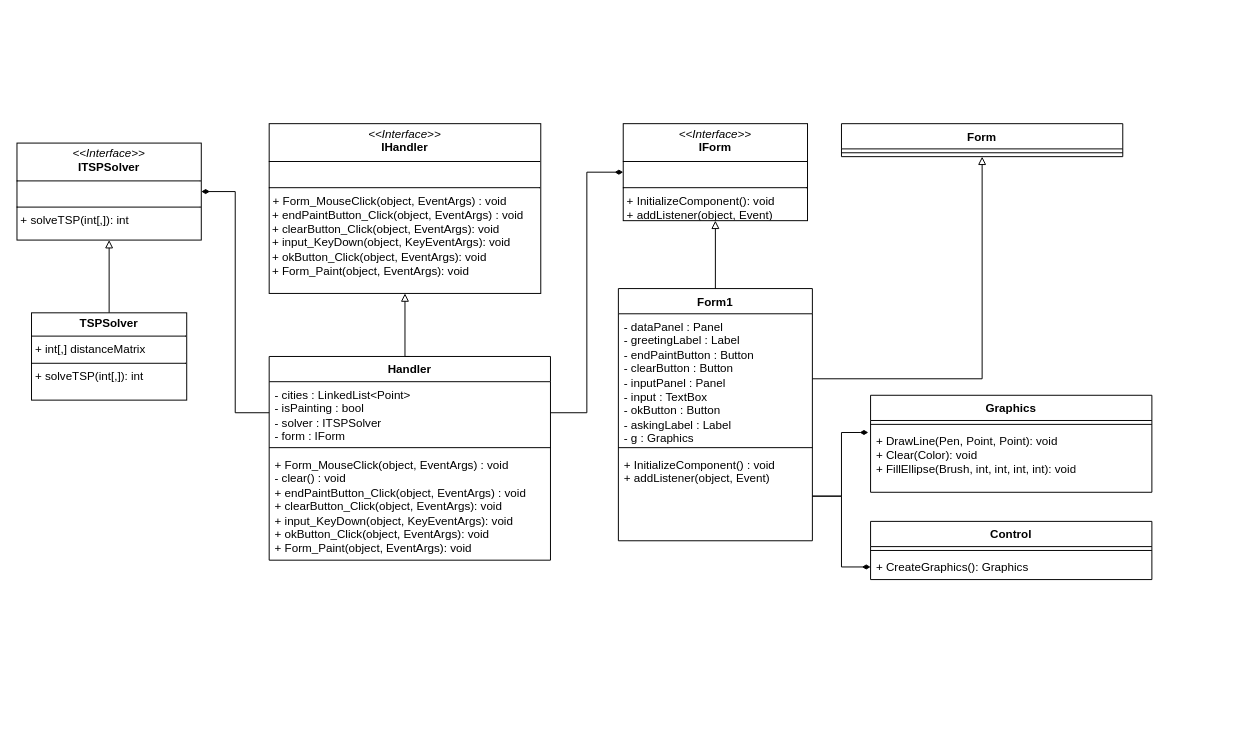
Earlier version of the draw.io diagram Архитектура/Практика/classDiagram.drawio (kuskas112/Labs). Source tidied: cells renumbered, new cells numbered last; positions are measured from the earlier drawing's top-left corner, leaving out a move shared by most shapes. Both pictures are drawn from the tidied source at 97%, with x=0, y=0 at pixel (16, 123).
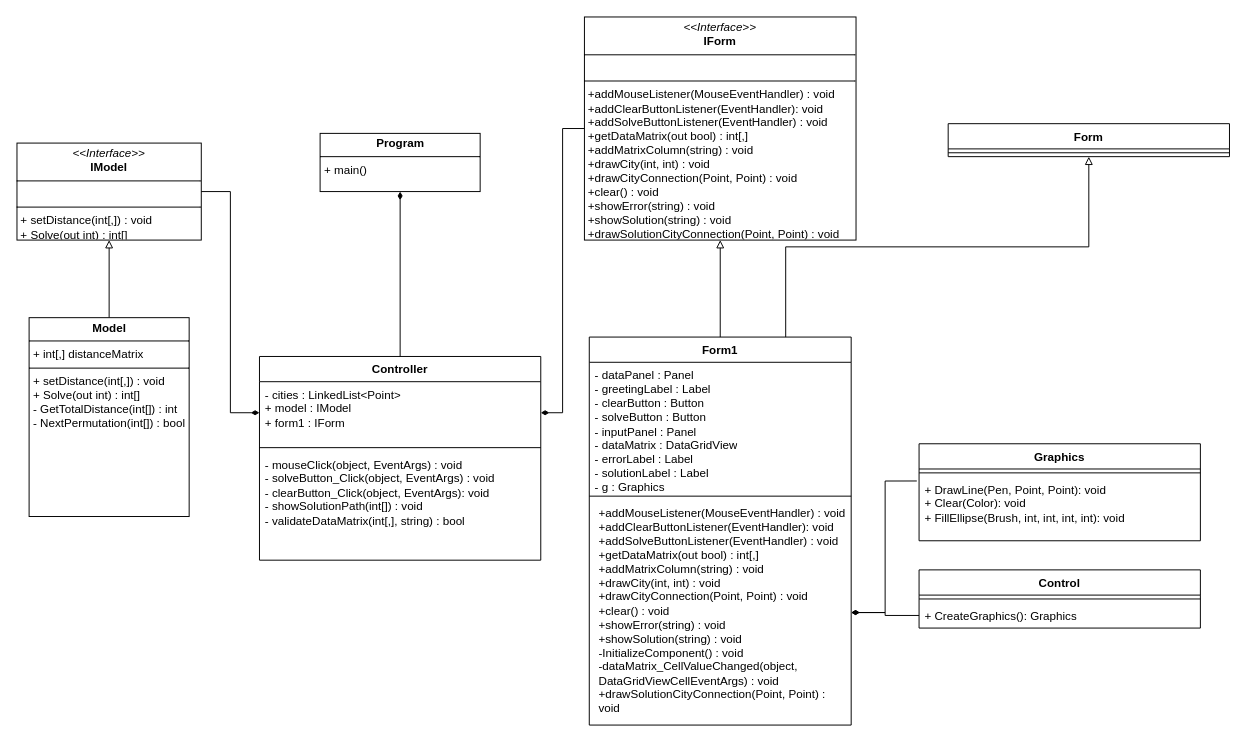
Above is the later version.

Unchanged cells that the change refers to:
```xml
<mxCell id="20" value="&lt;div&gt;+ CreateGraphics(): Graphics&lt;/div&gt;" style="text;strokeColor=none;fillColor=none;align=left;verticalAlign=top;spacingLeft=4;spacingRight=4;overflow=hidden;points=[[0,0.5],[1,0.5]];portConstraint=eastwest;whiteSpace=wrap;html=1;" parent="18" vertex="1">
  <mxGeometry y="34" width="290" height="26" as="geometry" />
</mxCell>
```

Change to the diagram source:
```diff
@@
-    <mxCell id="3" value="&lt;p style=&quot;margin:0px;margin-top:4px;text-align:center;&quot;&gt;&lt;i&gt;&amp;lt;&amp;lt;Interface&amp;gt;&amp;gt;&lt;/i&gt;&lt;br&gt;&lt;b&gt;ITSPSolver&lt;/b&gt;&lt;/p&gt;&lt;hr size=&quot;1&quot; style=&quot;border-style:solid;&quot;&gt;&lt;p style=&quot;margin:0px;margin-left:4px;&quot;&gt;&lt;br&gt;&lt;/p&gt;&lt;hr size=&quot;1&quot; style=&quot;border-style:solid;&quot;&gt;&lt;p style=&quot;margin:0px;margin-left:4px;&quot;&gt;+ solveTSP(int[,]): int&lt;br&gt;&lt;br&gt;&lt;/p&gt;" style="verticalAlign=top;align=left;overflow=fill;html=1;whiteSpace=wrap;" parent="1" vertex="1">
+    <mxCell id="3" value="&lt;p style=&quot;margin:0px;margin-top:4px;text-align:center;&quot;&gt;&lt;i&gt;&amp;lt;&amp;lt;Interface&amp;gt;&amp;gt;&lt;/i&gt;&lt;br&gt;&lt;b&gt;IModel&lt;/b&gt;&lt;/p&gt;&lt;hr size=&quot;1&quot; style=&quot;border-style:solid;&quot;&gt;&lt;p style=&quot;margin:0px;margin-left:4px;&quot;&gt;&lt;br&gt;&lt;/p&gt;&lt;hr size=&quot;1&quot; style=&quot;border-style:solid;&quot;&gt;&lt;p style=&quot;margin:0px;margin-left:4px;&quot;&gt;+ setDistance(int[,]) : void&lt;/p&gt;&lt;p style=&quot;margin:0px;margin-left:4px;&quot;&gt;+ Solve(out int) : int[]&lt;br&gt;&lt;br&gt;&lt;/p&gt;" style="verticalAlign=top;align=left;overflow=fill;html=1;whiteSpace=wrap;" parent="1" vertex="1">
       <mxGeometry y="20" width="190" height="100" as="geometry" />
     </mxCell>
     <mxCell id="4" value="Form1" style="swimlane;fontStyle=1;align=center;verticalAlign=top;horizontal=1;startSize=26;whiteSpace=wrap;html=1;" parent="1" vertex="1">
-      <mxGeometry x="620" y="170" width="200" height="260" as="geometry" />
+      <mxGeometry x="590" y="220" width="270" height="400" as="geometry" />
     </mxCell>
-    <mxCell id="5" value="- dataPanel : Panel&lt;div&gt;- greetingLabel : Label&lt;/div&gt;&lt;div&gt;- endPaintButton : Button&lt;/div&gt;&lt;div&gt;- clearButton : Button&lt;/div&gt;&lt;div&gt;- inputPanel : Panel&lt;/div&gt;&lt;div&gt;- input : TextBox&lt;/div&gt;&lt;div&gt;- okButton : Button&lt;/div&gt;&lt;div&gt;- askingLabel : Label&lt;/div&gt;&lt;div&gt;- g : Graphics&lt;/div&gt;" style="text;strokeColor=none;fillColor=none;align=left;verticalAlign=top;spacingLeft=4;spacingRight=4;overflow=hidden;points=[[0,0.5],[1,0.5]];portConstraint=eastwest;whiteSpace=wrap;html=1;" parent="4" vertex="1">
-      <mxGeometry y="26" width="200" height="134" as="geometry" />
+    <mxCell id="5" value="- dataPanel : Panel&lt;div&gt;- greetingLabel : Label&lt;/div&gt;&lt;div&gt;- clearButton : Button&lt;/div&gt;&lt;div&gt;- solveButton : Button&lt;/div&gt;&lt;div&gt;- inputPanel : Panel&lt;/div&gt;&lt;div&gt;- dataMatrix : DataGridView&lt;/div&gt;&lt;div&gt;- errorLabel : Label&lt;/div&gt;&lt;div&gt;- solutionLabel : Label&lt;/div&gt;&lt;div&gt;- g : Graphics&lt;/div&gt;" style="text;strokeColor=none;fillColor=none;align=left;verticalAlign=top;spacingLeft=4;spacingRight=4;overflow=hidden;points=[[0,0.5],[1,0.5]];portConstraint=eastwest;whiteSpace=wrap;html=1;" parent="4" vertex="1">
+      <mxGeometry y="26" width="270" height="134" as="geometry" />
     </mxCell>
     <mxCell id="6" style="line;strokeWidth=1;fillColor=none;align=left;verticalAlign=middle;spacingTop=-1;spacingLeft=3;spacingRight=3;labelPosition=right;strokeColor=inherit;" parent="4" vertex="1">
-      <mxGeometry y="160" width="200" height="8" as="geometry" />
+      <mxGeometry y="160" width="270" height="8" as="geometry" />
     </mxCell>
-    <mxCell id="7" value="+ InitializeComponent() : void&lt;div&gt;+ addListener(object, Event)&amp;nbsp;&lt;/div&gt;" style="text;strokeColor=none;fillColor=none;align=left;verticalAlign=top;spacingLeft=4;spacingRight=4;overflow=hidden;points=[[0,0.5],[1,0.5]];portConstraint=eastwest;whiteSpace=wrap;html=1;" parent="4" vertex="1">
-      <mxGeometry y="168" width="200" height="92" as="geometry" />
+    <mxCell id="7" value="&lt;p style=&quot;margin: 0px 0px 0px 4px;&quot;&gt;+addMouseListener(MouseEventHandler) : void&lt;/p&gt;&lt;p style=&quot;margin: 0px 0px 0px 4px;&quot;&gt;+addClearButtonListener(EventHandler): void&lt;/p&gt;&lt;p style=&quot;margin: 0px 0px 0px 4px;&quot;&gt;+addSolveButtonListener(EventHandler) : void&lt;/p&gt;&lt;p style=&quot;margin: 0px 0px 0px 4px;&quot;&gt;+getDataMatrix(out bool) : int[,]&lt;/p&gt;&lt;p style=&quot;margin: 0px 0px 0px 4px;&quot;&gt;+addMatrixColumn(string) : void&lt;/p&gt;&lt;p style=&quot;margin: 0px 0px 0px 4px;&quot;&gt;+drawCity(int, int) : void&lt;/p&gt;&lt;p style=&quot;margin: 0px 0px 0px 4px;&quot;&gt;+drawCityConnection(Point, Point) : void&lt;/p&gt;&lt;p style=&quot;margin: 0px 0px 0px 4px;&quot;&gt;+clear() : void&lt;/p&gt;&lt;p style=&quot;margin: 0px 0px 0px 4px;&quot;&gt;+showError(string) : void&lt;/p&gt;&lt;p style=&quot;margin: 0px 0px 0px 4px;&quot;&gt;+showSolution(string) : void&lt;/p&gt;&lt;p style=&quot;margin: 0px 0px 0px 4px;&quot;&gt;-InitializeComponent() : void&lt;/p&gt;&lt;p style=&quot;margin: 0px 0px 0px 4px;&quot;&gt;-dataMatrix_CellValueChanged(object, DataGridViewCellEventArgs) : void&lt;/p&gt;&lt;p style=&quot;margin: 0px 0px 0px 4px;&quot;&gt;+drawSolutionCityConnection(Point, Point) : void&lt;br&gt;&lt;/p&gt;&lt;p style=&quot;margin: 0px 0px 0px 4px;&quot;&gt;&lt;br&gt;&lt;/p&gt;" style="text;strokeColor=none;fillColor=none;align=left;verticalAlign=top;spacingLeft=4;spacingRight=4;overflow=hidden;points=[[0,0.5],[1,0.5]];portConstraint=eastwest;whiteSpace=wrap;html=1;" parent="4" vertex="1">
+      <mxGeometry y="168" width="270" height="232" as="geometry" />
     </mxCell>
-    <mxCell id="8" value="Handler" style="swimlane;fontStyle=1;align=center;verticalAlign=top;horizontal=1;startSize=26;whiteSpace=wrap;html=1;" parent="1" vertex="1">
-      <mxGeometry x="260" y="240" width="290" height="210" as="geometry" />
+    <mxCell id="8" value="Controller" style="swimlane;fontStyle=1;align=center;verticalAlign=top;horizontal=1;startSize=26;whiteSpace=wrap;html=1;" parent="1" vertex="1">
+      <mxGeometry x="250" y="240" width="290" height="210" as="geometry" />
     </mxCell>
-    <mxCell id="9" value="&lt;div&gt;- cities : LinkedList&amp;lt;Point&amp;gt;&lt;/div&gt;&lt;div&gt;- isPainting : bool&lt;/div&gt;&lt;div&gt;- solver : ITSPSolver&lt;/div&gt;&lt;div&gt;- form : IForm&lt;/div&gt;" style="text;strokeColor=none;fillColor=none;align=left;verticalAlign=top;spacingLeft=4;spacingRight=4;overflow=hidden;points=[[0,0.5],[1,0.5]];portConstraint=eastwest;whiteSpace=wrap;html=1;" parent="8" vertex="1">
+    <mxCell id="9" value="&lt;div&gt;- cities : LinkedList&amp;lt;Point&amp;gt;&lt;/div&gt;&lt;div&gt;+ model : IModel&lt;/div&gt;&lt;div&gt;&lt;span style=&quot;background-color: initial;&quot;&gt;+ form1 : IForm&lt;/span&gt;&lt;/div&gt;&lt;div&gt;&lt;br&gt;&lt;/div&gt;" style="text;strokeColor=none;fillColor=none;align=left;verticalAlign=top;spacingLeft=4;spacingRight=4;overflow=hidden;points=[[0,0.5],[1,0.5]];portConstraint=eastwest;whiteSpace=wrap;html=1;" parent="8" vertex="1">
       <mxGeometry y="26" width="290" height="64" as="geometry" />
     </mxCell>
@@
-    <mxCell id="11" value="+ Form_MouseClick(object, EventArgs) : void&lt;div&gt;- clear() : void&lt;/div&gt;&lt;div&gt;+ endPaintButton_Click(object, EventArgs) : void&lt;/div&gt;&lt;div&gt;+ clearButton_Click(object, EventArgs): void&lt;/div&gt;&lt;div&gt;+ input_KeyDown(object, KeyEventArgs): void&lt;br&gt;&lt;/div&gt;&lt;div&gt;+ okButton_Click(object, EventArgs): void&lt;br&gt;&lt;/div&gt;&lt;div&gt;+ Form_Paint(object, EventArgs): void&lt;br&gt;&lt;/div&gt;" style="text;strokeColor=none;fillColor=none;align=left;verticalAlign=top;spacingLeft=4;spacingRight=4;overflow=hidden;whiteSpace=wrap;html=1;" parent="8" vertex="1">
+    <mxCell id="11" value="- mouseClick(object, EventArgs) : void&lt;div&gt;- solveButton_Click(object, EventArgs) : void&lt;/div&gt;&lt;div&gt;- clearButton_Click(object, EventArgs): void&lt;/div&gt;&lt;div&gt;- showSolutionPath(int[]) : void&lt;/div&gt;&lt;div&gt;-&amp;nbsp;validateDataMatrix(int[,], string) : bool&lt;/div&gt;" style="text;strokeColor=none;fillColor=none;align=left;verticalAlign=top;spacingLeft=4;spacingRight=4;overflow=hidden;whiteSpace=wrap;html=1;" parent="8" vertex="1">
       <mxGeometry y="98" width="290" height="112" as="geometry" />
     </mxCell>
-    <mxCell id="12" value="&lt;p style=&quot;margin:0px;margin-top:4px;text-align:center;&quot;&gt;&lt;i&gt;&amp;lt;&amp;lt;Interface&amp;gt;&amp;gt;&lt;/i&gt;&lt;br&gt;&lt;b&gt;IHandler&lt;/b&gt;&lt;/p&gt;&lt;hr size=&quot;1&quot; style=&quot;border-style:solid;&quot;&gt;&lt;p style=&quot;margin:0px;margin-left:4px;&quot;&gt;&lt;br&gt;&lt;/p&gt;&lt;hr size=&quot;1&quot; style=&quot;border-style:solid;&quot;&gt;&lt;p style=&quot;margin:0px;margin-left:4px;&quot;&gt;+ Form_MouseClick(object, EventArgs) : void&lt;/p&gt;&lt;div&gt;&amp;nbsp;+ endPaintButton_Click(object, EventArgs) : void&lt;/div&gt;&lt;div&gt;&amp;nbsp;+ clearButton_Click(object, EventArgs): void&lt;/div&gt;&lt;div&gt;&amp;nbsp;+ input_KeyDown(object, KeyEventArgs): void&lt;br&gt;&lt;/div&gt;&lt;div&gt;&amp;nbsp;+ okButton_Click(object, EventArgs): void&lt;br&gt;&lt;/div&gt;&lt;div&gt;&amp;nbsp;+ Form_Paint(object, EventArgs): void&lt;/div&gt;" style="verticalAlign=top;align=left;overflow=fill;html=1;whiteSpace=wrap;" parent="1" vertex="1">
-      <mxGeometry x="260" width="280" height="175" as="geometry" />
-    </mxCell>
-    <mxCell id="13" style="edgeStyle=orthogonalEdgeStyle;rounded=0;jettySize=auto;html=1;exitX=0.5;exitY=0;exitDx=0;exitDy=0;entryX=0.5;entryY=1;entryDx=0;entryDy=0;endArrow=block;endFill=0;" parent="1" edge="1" source="8" target="12">
-      <mxGeometry relative="1" as="geometry">
-        <Array as="points">
-          <mxPoint x="400" y="240" />
-        </Array>
-      </mxGeometry>
-    </mxCell>
-    <mxCell id="14" style="edgeStyle=orthogonalEdgeStyle;rounded=0;jettySize=auto;html=1;exitX=0;exitY=0.5;exitDx=0;exitDy=0;entryX=1;entryY=0.5;entryDx=0;entryDy=0;endArrow=diamondThin;endFill=1;" parent="1" edge="1" source="9" target="3">
+    <mxCell id="14" style="edgeStyle=orthogonalEdgeStyle;rounded=0;jettySize=auto;html=1;exitX=0;exitY=0.5;exitDx=0;exitDy=0;entryX=1;entryY=0.5;entryDx=0;entryDy=0;endArrow=none;endFill=0;startArrow=diamondThin;startFill=1;" parent="1" edge="1" source="9" target="3">
       <mxGeometry relative="1" as="geometry" />
     </mxCell>
-    <mxCell id="15" value="Graphics" style="swimlane;fontStyle=1;align=center;verticalAlign=top;horizontal=1;startSize=26;whiteSpace=wrap;html=1;" parent="1" vertex="1">
-      <mxGeometry x="880" y="280" width="290" height="100" as="geometry" />
-    </mxCell>
-    <mxCell id="16" style="line;strokeWidth=1;fillColor=none;align=left;verticalAlign=middle;spacingTop=-1;spacingLeft=3;spacingRight=3;labelPosition=right;strokeColor=inherit;" parent="15" vertex="1">
-      <mxGeometry y="26" width="290" height="8" as="geometry" />
-    </mxCell>
-    <mxCell id="17" value="+&amp;nbsp;DrawLine(Pen, Point, Point): void&lt;div&gt;+ Clear(Color): void&lt;/div&gt;&lt;div&gt;+&amp;nbsp;FillEllipse(Brush, int, int, int, int): void&lt;/div&gt;&lt;div&gt;&lt;br&gt;&lt;/div&gt;" style="text;strokeColor=none;fillColor=none;align=left;verticalAlign=top;spacingLeft=4;spacingRight=4;overflow=hidden;points=[[0,0.5],[1,0.5]];portConstraint=eastwest;whiteSpace=wrap;html=1;" parent="15" vertex="1">
-      <mxGeometry y="34" width="290" height="66" as="geometry" />
-    </mxCell>
     <mxCell id="18" value="Control" style="swimlane;fontStyle=1;align=center;verticalAlign=top;horizontal=1;startSize=26;whiteSpace=wrap;html=1;" parent="1" vertex="1">
-      <mxGeometry x="880" y="410" width="290" height="60" as="geometry" />
+      <mxGeometry x="930" y="460" width="290" height="60" as="geometry" />
     </mxCell>
@@
-    <mxCell id="21" value="&lt;p style=&quot;margin:0px;margin-top:4px;text-align:center;&quot;&gt;&lt;i&gt;&amp;lt;&amp;lt;Interface&amp;gt;&amp;gt;&lt;/i&gt;&lt;br&gt;&lt;b&gt;IForm&lt;/b&gt;&lt;/p&gt;&lt;hr size=&quot;1&quot; style=&quot;border-style:solid;&quot;&gt;&lt;p style=&quot;margin:0px;margin-left:4px;&quot;&gt;&lt;br&gt;&lt;/p&gt;&lt;hr size=&quot;1&quot; style=&quot;border-style:solid;&quot;&gt;&lt;p style=&quot;margin:0px;margin-left:4px;&quot;&gt;+ InitializeComponent(): void&lt;br&gt;+ addListener(object, Event)&lt;/p&gt;" style="verticalAlign=top;align=left;overflow=fill;html=1;whiteSpace=wrap;" parent="1" vertex="1">
-      <mxGeometry x="625" width="190" height="100" as="geometry" />
+    <mxCell id="21" value="&lt;p style=&quot;margin:0px;margin-top:4px;text-align:center;&quot;&gt;&lt;i&gt;&amp;lt;&amp;lt;Interface&amp;gt;&amp;gt;&lt;/i&gt;&lt;br&gt;&lt;b&gt;IForm&lt;/b&gt;&lt;/p&gt;&lt;hr size=&quot;1&quot; style=&quot;border-style:solid;&quot;&gt;&lt;p style=&quot;margin:0px;margin-left:4px;&quot;&gt;&lt;br&gt;&lt;/p&gt;&lt;hr size=&quot;1&quot; style=&quot;border-style:solid;&quot;&gt;&lt;p style=&quot;margin:0px;margin-left:4px;&quot;&gt;+addMouseListener(MouseEventHandler) : void&lt;/p&gt;&lt;p style=&quot;margin:0px;margin-left:4px;&quot;&gt;+addClearButtonListener(EventHandler): void&lt;/p&gt;&lt;p style=&quot;margin:0px;margin-left:4px;&quot;&gt;+addSolveButtonListener(EventHandler) : void&lt;/p&gt;&lt;p style=&quot;margin:0px;margin-left:4px;&quot;&gt;+getDataMatrix(out bool) : int[,]&lt;/p&gt;&lt;p style=&quot;margin:0px;margin-left:4px;&quot;&gt;+addMatrixColumn(string) : void&lt;/p&gt;&lt;p style=&quot;margin:0px;margin-left:4px;&quot;&gt;+drawCity(int, int) : void&lt;/p&gt;&lt;p style=&quot;margin:0px;margin-left:4px;&quot;&gt;+drawCityConnection(Point, Point) : void&lt;/p&gt;&lt;p style=&quot;margin:0px;margin-left:4px;&quot;&gt;+clear() : void&lt;/p&gt;&lt;p style=&quot;margin:0px;margin-left:4px;&quot;&gt;+showError(string) : void&lt;/p&gt;&lt;p style=&quot;margin:0px;margin-left:4px;&quot;&gt;+showSolution(string) : void&lt;/p&gt;&lt;p style=&quot;margin:0px;margin-left:4px;&quot;&gt;+drawSolutionCityConnection(Point, Point) : void&lt;/p&gt;" style="verticalAlign=top;align=left;overflow=fill;html=1;whiteSpace=wrap;" parent="1" vertex="1">
+      <mxGeometry x="585" y="-110" width="280" height="230" as="geometry" />
     </mxCell>
@@
-    <mxCell id="23" value="&lt;p style=&quot;margin:0px;margin-top:4px;text-align:center;&quot;&gt;&lt;b&gt;TSPSolver&lt;/b&gt;&lt;/p&gt;&lt;hr size=&quot;1&quot; style=&quot;border-style:solid;&quot;&gt;&lt;p style=&quot;margin:0px;margin-left:4px;&quot;&gt;+&amp;nbsp;&lt;span style=&quot;background-color: initial;&quot;&gt;int[,] distanceMatrix&lt;/span&gt;&lt;/p&gt;&lt;hr size=&quot;1&quot; style=&quot;border-style:solid;&quot;&gt;&lt;p style=&quot;margin:0px;margin-left:4px;&quot;&gt;+ solveTSP(int[,]): int&lt;/p&gt;" style="verticalAlign=top;align=left;overflow=fill;html=1;whiteSpace=wrap;" parent="1" vertex="1">
-      <mxGeometry x="15" y="195" width="160" height="90" as="geometry" />
+    <mxCell id="23" value="&lt;p style=&quot;margin:0px;margin-top:4px;text-align:center;&quot;&gt;&lt;b&gt;Model&lt;/b&gt;&lt;/p&gt;&lt;hr size=&quot;1&quot; style=&quot;border-style:solid;&quot;&gt;&lt;p style=&quot;margin:0px;margin-left:4px;&quot;&gt;+&amp;nbsp;&lt;span style=&quot;background-color: initial;&quot;&gt;int[,] distanceMatrix&lt;/span&gt;&lt;/p&gt;&lt;hr size=&quot;1&quot; style=&quot;border-style:solid;&quot;&gt;&lt;p style=&quot;margin: 0px 0px 0px 4px;&quot;&gt;+ setDistance(int[,]) : void&lt;/p&gt;&lt;p style=&quot;margin: 0px 0px 0px 4px;&quot;&gt;+ Solve(out int) : int[]&lt;/p&gt;&lt;p style=&quot;margin: 0px 0px 0px 4px;&quot;&gt;-&amp;nbsp;GetTotalDistance(int[]) : int&lt;/p&gt;&lt;p style=&quot;margin: 0px 0px 0px 4px;&quot;&gt;-&amp;nbsp;NextPermutation(int[]) : bool&lt;/p&gt;" style="verticalAlign=top;align=left;overflow=fill;html=1;whiteSpace=wrap;" parent="1" vertex="1">
+      <mxGeometry x="12.5" y="200" width="165" height="205" as="geometry" />
     </mxCell>
-    <mxCell id="24" style="edgeStyle=orthogonalEdgeStyle;rounded=0;jettySize=auto;html=1;exitX=1;exitY=0.5;exitDx=0;exitDy=0;entryX=0;entryY=0.5;entryDx=0;entryDy=0;endArrow=diamondThin;endFill=1;" parent="1" edge="1" source="9" target="21">
+    <mxCell id="24" style="edgeStyle=orthogonalEdgeStyle;rounded=0;jettySize=auto;html=1;exitX=1;exitY=0.5;exitDx=0;exitDy=0;entryX=0;entryY=0.5;entryDx=0;entryDy=0;endArrow=none;endFill=0;startArrow=diamondThin;startFill=1;" parent="1" edge="1" source="9" target="21">
       <mxGeometry relative="1" as="geometry" />
     </mxCell>
     <mxCell id="25" value="Form" style="swimlane;fontStyle=1;align=center;verticalAlign=top;horizontal=1;startSize=26;whiteSpace=wrap;html=1;" parent="1" vertex="1">
-      <mxGeometry x="850" width="290" height="34" as="geometry" />
+      <mxGeometry x="960" width="290" height="34" as="geometry" />
     </mxCell>
@@
-    <mxCell id="27" style="edgeStyle=orthogonalEdgeStyle;rounded=0;jettySize=auto;html=1;endArrow=block;endFill=0;" parent="1" edge="1" source="5" target="25">
+    <mxCell id="27" style="edgeStyle=orthogonalEdgeStyle;rounded=0;jettySize=auto;html=1;endArrow=block;endFill=0;exitX=0.75;exitY=0;exitDx=0;exitDy=0;" parent="1" edge="1" source="4" target="25">
       <mxGeometry relative="1" as="geometry" />
     </mxCell>
-    <mxCell id="28" style="edgeStyle=orthogonalEdgeStyle;rounded=0;jettySize=auto;html=1;exitX=1;exitY=0.5;exitDx=0;exitDy=0;entryX=-0.008;entryY=0.066;entryDx=0;entryDy=0;entryPerimeter=0;endArrow=diamondThin;endFill=1;" parent="1" edge="1" source="7" target="17">
+    <mxCell id="28" style="edgeStyle=orthogonalEdgeStyle;rounded=0;jettySize=auto;html=1;exitX=1;exitY=0.5;exitDx=0;exitDy=0;entryX=-0.008;entryY=0.066;entryDx=0;entryDy=0;entryPerimeter=0;endArrow=none;endFill=0;startArrow=diamondThin;startFill=1;" parent="1" edge="1" source="7" target="17">
       <mxGeometry relative="1" as="geometry" />
     </mxCell>
-    <mxCell id="29" style="edgeStyle=orthogonalEdgeStyle;rounded=0;jettySize=auto;html=1;exitX=1;exitY=0.5;exitDx=0;exitDy=0;entryX=0;entryY=0.5;entryDx=0;entryDy=0;endArrow=diamondThin;endFill=1;" parent="1" edge="1" source="7" target="20">
+    <mxCell id="29" style="edgeStyle=orthogonalEdgeStyle;rounded=0;jettySize=auto;html=1;exitX=1;exitY=0.5;exitDx=0;exitDy=0;entryX=0;entryY=0.5;entryDx=0;entryDy=0;endArrow=none;endFill=0;startArrow=diamondThin;startFill=1;" parent="1" edge="1" source="7" target="20">
       <mxGeometry relative="1" as="geometry" />
     </mxCell>
+    <mxCell id="15" value="Graphics" style="swimlane;fontStyle=1;align=center;verticalAlign=top;horizontal=1;startSize=26;whiteSpace=wrap;html=1;" parent="1" vertex="1">
+      <mxGeometry x="930" y="330" width="290" height="100" as="geometry" />
+    </mxCell>
+    <mxCell id="16" style="line;strokeWidth=1;fillColor=none;align=left;verticalAlign=middle;spacingTop=-1;spacingLeft=3;spacingRight=3;labelPosition=right;strokeColor=inherit;" parent="15" vertex="1">
+      <mxGeometry y="26" width="290" height="8" as="geometry" />
+    </mxCell>
+    <mxCell id="17" value="+&amp;nbsp;DrawLine(Pen, Point, Point): void&lt;div&gt;+ Clear(Color): void&lt;/div&gt;&lt;div&gt;+&amp;nbsp;FillEllipse(Brush, int, int, int, int): void&lt;/div&gt;&lt;div&gt;&lt;br&gt;&lt;/div&gt;" style="text;strokeColor=none;fillColor=none;align=left;verticalAlign=top;spacingLeft=4;spacingRight=4;overflow=hidden;points=[[0,0.5],[1,0.5]];portConstraint=eastwest;whiteSpace=wrap;html=1;" parent="15" vertex="1">
+      <mxGeometry y="34" width="290" height="66" as="geometry" />
+    </mxCell>
+    <mxCell id="30" value="&lt;p style=&quot;margin:0px;margin-top:4px;text-align:center;&quot;&gt;&lt;b&gt;Program&lt;/b&gt;&lt;/p&gt;&lt;hr size=&quot;1&quot; style=&quot;border-style:solid;&quot;&gt;&lt;p style=&quot;margin:0px;margin-left:4px;&quot;&gt;&lt;/p&gt;&lt;p style=&quot;margin: 0px 0px 0px 4px;&quot;&gt;+ main()&lt;/p&gt;" style="verticalAlign=top;align=left;overflow=fill;html=1;whiteSpace=wrap;" parent="1" vertex="1">
+      <mxGeometry x="312.5" y="10" width="165" height="60" as="geometry" />
+    </mxCell>
+    <mxCell id="31" style="edgeStyle=orthogonalEdgeStyle;rounded=0;jettySize=auto;html=1;endArrow=none;endFill=0;startArrow=diamondThin;startFill=1;" parent="1" edge="1" source="30" target="8">
+      <mxGeometry relative="1" as="geometry" />
+    </mxCell>
```
